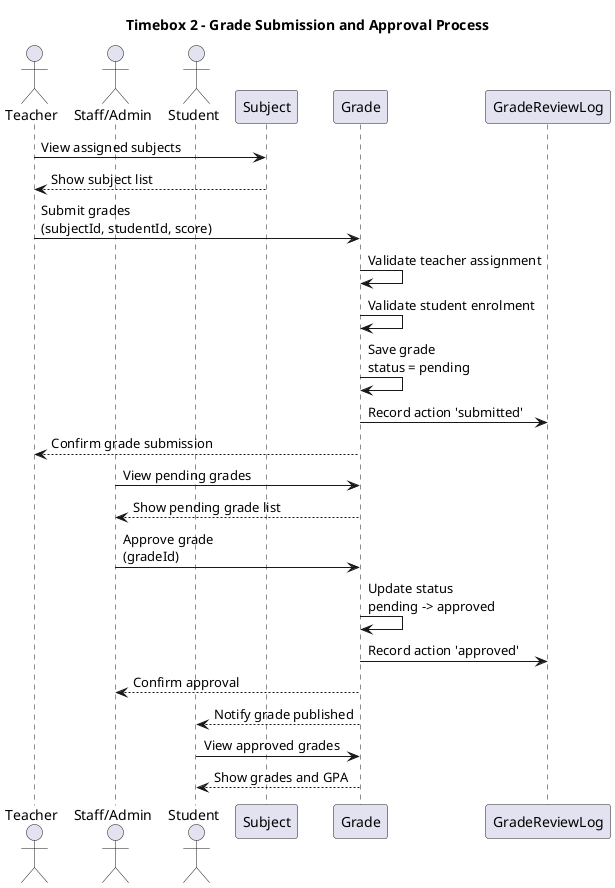
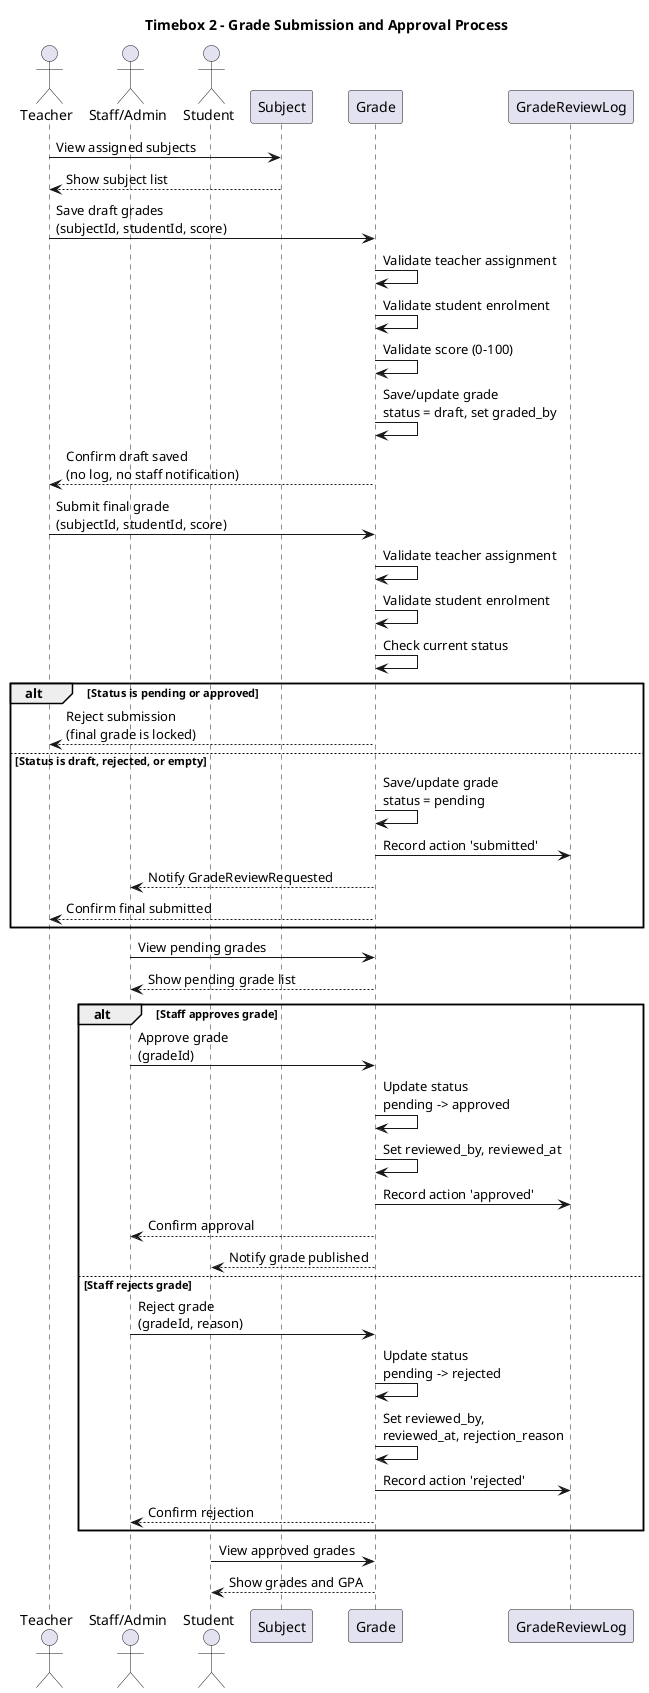
@startuml
title Timebox 2 - Grade Submission and Approval Process

actor Teacher
actor Staff as "Staff/Admin"
actor Student

participant "Subject" as Subject
participant "Grade" as Grade
participant "GradeReviewLog" as GradeLog

Teacher -> Subject: View assigned subjects
Subject --> Teacher: Show subject list

- Teacher -> Grade: Submit grades\n(subjectId, studentId, score)
+ Teacher -> Grade: Save draft grades\n(subjectId, studentId, score)
Grade -> Grade: Validate teacher assignment
Grade -> Grade: Validate student enrolment
- Grade -> Grade: Save grade\nstatus = pending
- Grade -> GradeLog: Record action 'submitted'
- Grade --> Teacher: Confirm grade submission
+ Grade -> Grade: Validate score (0-100)
+ Grade -> Grade: Save/update grade\nstatus = draft, set graded_by
+ Grade --> Teacher: Confirm draft saved\n(no log, no staff notification)
+ 
+ Teacher -> Grade: Submit final grade\n(subjectId, studentId, score)
+ Grade -> Grade: Validate teacher assignment
+ Grade -> Grade: Validate student enrolment
+ Grade -> Grade: Check current status
+ 
+ alt Status is pending or approved
+   Grade --> Teacher: Reject submission\n(final grade is locked)
+ else Status is draft, rejected, or empty
+   Grade -> Grade: Save/update grade\nstatus = pending
+   Grade -> GradeLog: Record action 'submitted'
+   Grade --> Staff: Notify GradeReviewRequested
+   Grade --> Teacher: Confirm final submitted
+ end

Staff -> Grade: View pending grades
Grade --> Staff: Show pending grade list

- Staff -> Grade: Approve grade\n(gradeId)
- Grade -> Grade: Update status\npending -> approved
- Grade -> GradeLog: Record action 'approved'
- Grade --> Staff: Confirm approval
- 
- Grade --> Student: Notify grade published
+ alt Staff approves grade
+   Staff -> Grade: Approve grade\n(gradeId)
+   Grade -> Grade: Update status\npending -> approved
+   Grade -> Grade: Set reviewed_by, reviewed_at
+   Grade -> GradeLog: Record action 'approved'
+   Grade --> Staff: Confirm approval
+   Grade --> Student: Notify grade published
+ else Staff rejects grade
+   Staff -> Grade: Reject grade\n(gradeId, reason)
+   Grade -> Grade: Update status\npending -> rejected
+   Grade -> Grade: Set reviewed_by,\nreviewed_at, rejection_reason
+   Grade -> GradeLog: Record action 'rejected'
+   Grade --> Staff: Confirm rejection
+ end

Student -> Grade: View approved grades
Grade --> Student: Show grades and GPA

- @enduml+ @enduml
